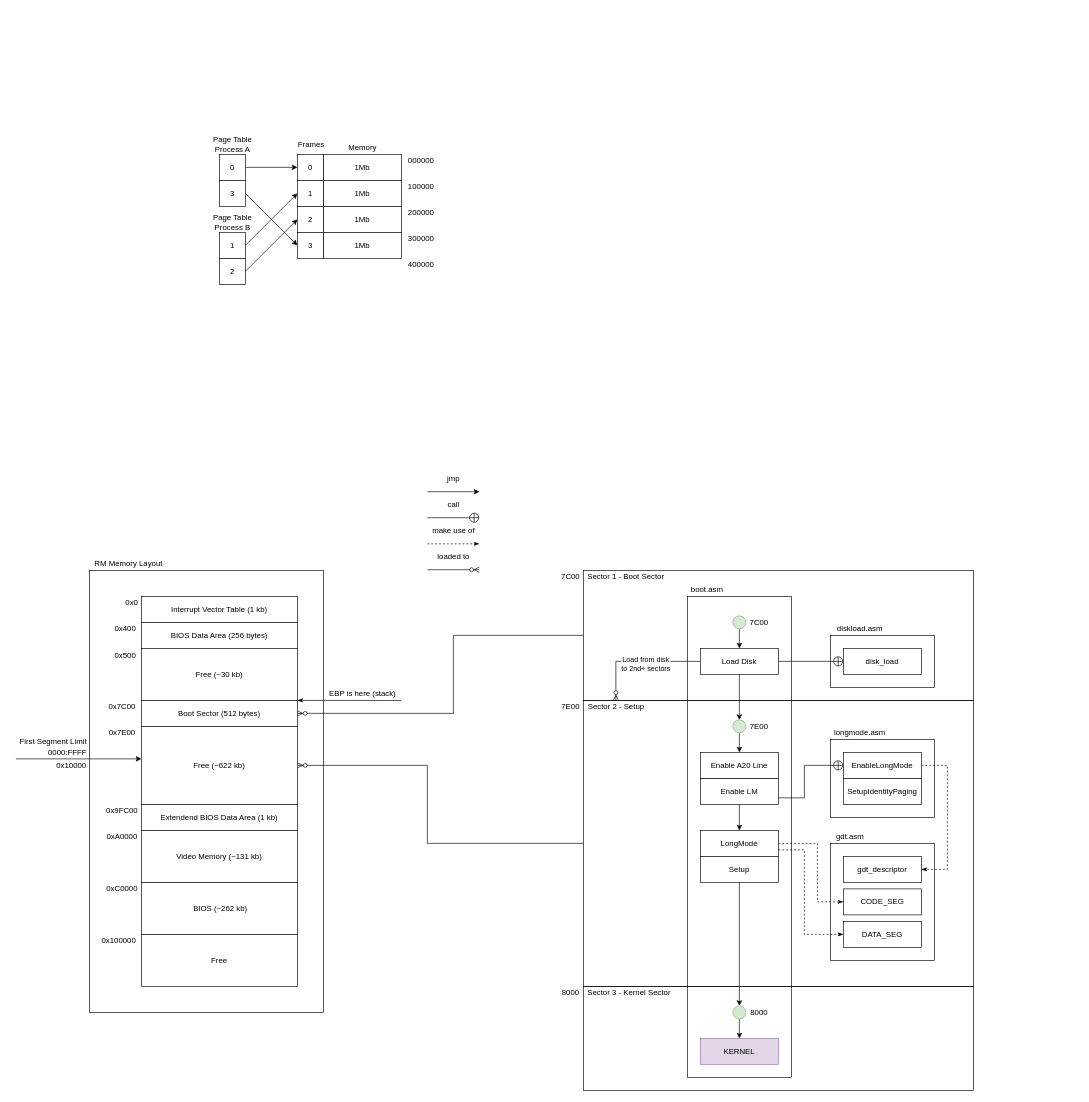
This is flow.drawio from ofabricio/os, a draw.io file, before an edit. Source tidied: cells renumbered, new cells numbered last; positions are measured from the earlier drawing's top-left corner, leaving out a move shared by most shapes. Both pictures are drawn from the tidied source at 65%, with x=0, y=0 at pixel (16, 135).
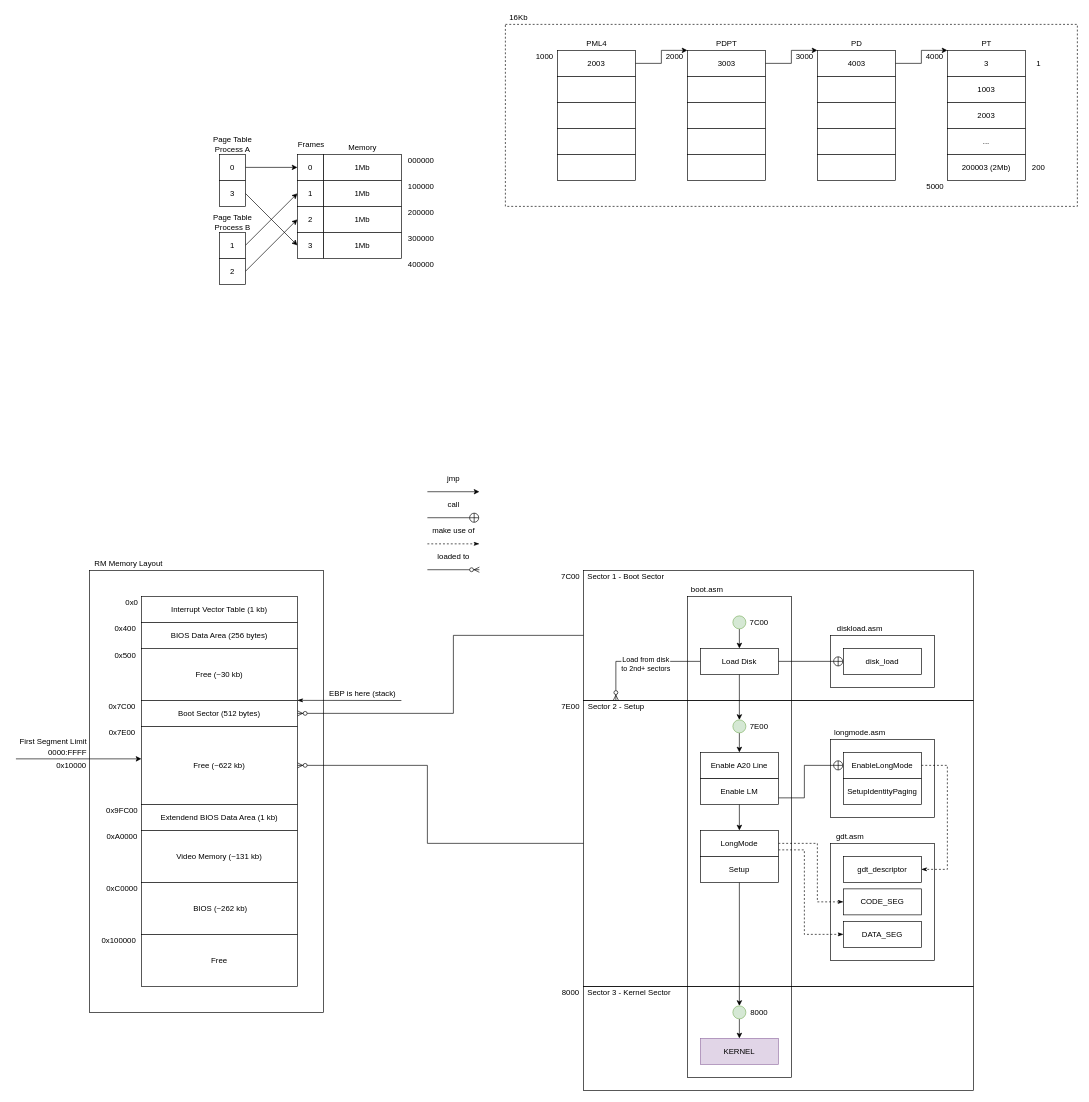
The same diagram, later.

Commit message:
Add paging graphic

Diff of the diagram source:
```diff
@@
+    <mxCell id="113" style="whiteSpace=wrap;html=1;fillColor=none;dashed=1;" parent="1" vertex="1">
+      <mxGeometry x="753" y="-170" width="880" height="280" as="geometry" />
+    </mxCell>
@@
+    <mxCell id="114" style="edgeStyle=orthogonalEdgeStyle;rounded=0;jettySize=auto;html=1;exitX=1;exitY=0.5;exitDx=0;exitDy=0;entryX=0;entryY=0;entryDx=0;entryDy=0;" parent="1" edge="1" source="115" target="121">
+      <mxGeometry relative="1" as="geometry">
+        <Array as="points">
+          <mxPoint x="993" y="-110" />
+          <mxPoint x="993" y="-130" />
+        </Array>
+      </mxGeometry>
+    </mxCell>
+    <mxCell id="115" value="2003" style="whiteSpace=wrap;html=1;" parent="1" vertex="1">
+      <mxGeometry x="833" y="-130" width="120" height="40" as="geometry" />
+    </mxCell>
+    <mxCell id="116" style="whiteSpace=wrap;html=1;" parent="1" vertex="1">
+      <mxGeometry x="833" y="-90" width="120" height="40" as="geometry" />
+    </mxCell>
+    <mxCell id="117" style="whiteSpace=wrap;html=1;" parent="1" vertex="1">
+      <mxGeometry x="833" y="-50" width="120" height="40" as="geometry" />
+    </mxCell>
+    <mxCell id="118" style="whiteSpace=wrap;html=1;" parent="1" vertex="1">
+      <mxGeometry x="833" y="-10" width="120" height="40" as="geometry" />
+    </mxCell>
+    <mxCell id="119" value="PML4" style="text;html=1;align=center;verticalAlign=middle;" parent="1" vertex="1">
+      <mxGeometry x="868" y="-150" width="50" height="20" as="geometry" />
+    </mxCell>
+    <mxCell id="120" style="edgeStyle=orthogonalEdgeStyle;rounded=0;jettySize=auto;html=1;exitX=1;exitY=0.5;exitDx=0;exitDy=0;entryX=0;entryY=0;entryDx=0;entryDy=0;" parent="1" edge="1" source="121" target="127">
+      <mxGeometry relative="1" as="geometry">
+        <Array as="points">
+          <mxPoint x="1193" y="-110" />
+          <mxPoint x="1193" y="-130" />
+        </Array>
+      </mxGeometry>
+    </mxCell>
+    <mxCell id="121" style="whiteSpace=wrap;html=1;" parent="1" vertex="1">
+      <mxGeometry x="1033" y="-130" width="120" height="40" as="geometry" />
+    </mxCell>
+    <mxCell id="122" style="whiteSpace=wrap;html=1;" parent="1" vertex="1">
+      <mxGeometry x="1033" y="-90" width="120" height="40" as="geometry" />
+    </mxCell>
+    <mxCell id="123" style="whiteSpace=wrap;html=1;" parent="1" vertex="1">
+      <mxGeometry x="1033" y="-50" width="120" height="40" as="geometry" />
+    </mxCell>
+    <mxCell id="124" style="whiteSpace=wrap;html=1;" parent="1" vertex="1">
+      <mxGeometry x="1033" y="-10" width="120" height="40" as="geometry" />
+    </mxCell>
+    <mxCell id="125" value="PDPT" style="text;html=1;align=center;verticalAlign=middle;" parent="1" vertex="1">
+      <mxGeometry x="1068" y="-150" width="50" height="20" as="geometry" />
+    </mxCell>
+    <mxCell id="126" style="edgeStyle=orthogonalEdgeStyle;rounded=0;jettySize=auto;html=1;exitX=1;exitY=0.5;exitDx=0;exitDy=0;entryX=0;entryY=0;entryDx=0;entryDy=0;" parent="1" edge="1" source="127" target="132">
+      <mxGeometry relative="1" as="geometry">
+        <Array as="points">
+          <mxPoint x="1393" y="-110" />
+          <mxPoint x="1393" y="-130" />
+        </Array>
+      </mxGeometry>
+    </mxCell>
+    <mxCell id="127" style="whiteSpace=wrap;html=1;" parent="1" vertex="1">
+      <mxGeometry x="1233" y="-130" width="120" height="40" as="geometry" />
+    </mxCell>
+    <mxCell id="128" style="whiteSpace=wrap;html=1;" parent="1" vertex="1">
+      <mxGeometry x="1233" y="-90" width="120" height="40" as="geometry" />
+    </mxCell>
+    <mxCell id="129" style="whiteSpace=wrap;html=1;" parent="1" vertex="1">
+      <mxGeometry x="1233" y="-50" width="120" height="40" as="geometry" />
+    </mxCell>
+    <mxCell id="130" style="whiteSpace=wrap;html=1;" parent="1" vertex="1">
+      <mxGeometry x="1233" y="-10" width="120" height="40" as="geometry" />
+    </mxCell>
+    <mxCell id="131" value="PD" style="text;html=1;align=center;verticalAlign=middle;" parent="1" vertex="1">
+      <mxGeometry x="1278" y="-150" width="30" height="20" as="geometry" />
+    </mxCell>
+    <mxCell id="132" value="3" style="whiteSpace=wrap;html=1;" parent="1" vertex="1">
+      <mxGeometry x="1433" y="-130" width="120" height="40" as="geometry" />
+    </mxCell>
+    <mxCell id="133" value="1003" style="whiteSpace=wrap;html=1;" parent="1" vertex="1">
+      <mxGeometry x="1433" y="-90" width="120" height="40" as="geometry" />
+    </mxCell>
+    <mxCell id="134" value="2003" style="whiteSpace=wrap;html=1;" parent="1" vertex="1">
+      <mxGeometry x="1433" y="-50" width="120" height="40" as="geometry" />
+    </mxCell>
+    <mxCell id="135" value="..." style="whiteSpace=wrap;html=1;" parent="1" vertex="1">
+      <mxGeometry x="1433" y="-10" width="120" height="40" as="geometry" />
+    </mxCell>
+    <mxCell id="136" value="PT" style="text;html=1;align=center;verticalAlign=middle;" parent="1" vertex="1">
+      <mxGeometry x="1478" y="-150" width="30" height="20" as="geometry" />
+    </mxCell>
+    <mxCell id="137" value="1000" style="text;html=1;align=center;verticalAlign=middle;" parent="1" vertex="1">
+      <mxGeometry x="793" y="-130" width="40" height="20" as="geometry" />
+    </mxCell>
+    <mxCell id="138" value="4000" style="text;html=1;align=center;verticalAlign=middle;" parent="1" vertex="1">
+      <mxGeometry x="1393" y="-130" width="40" height="20" as="geometry" />
+    </mxCell>
+    <mxCell id="139" value="2000" style="text;html=1;align=center;verticalAlign=middle;" parent="1" vertex="1">
+      <mxGeometry x="993" y="-130" width="40" height="20" as="geometry" />
+    </mxCell>
+    <mxCell id="140" value="3000" style="text;html=1;align=center;verticalAlign=middle;" parent="1" vertex="1">
+      <mxGeometry x="1193" y="-130" width="40" height="20" as="geometry" />
+    </mxCell>
+    <mxCell id="141" value="3003" style="text;html=1;align=center;verticalAlign=middle;" parent="1" vertex="1">
+      <mxGeometry x="1073" y="-120" width="40" height="20" as="geometry" />
+    </mxCell>
+    <mxCell id="142" value="4003" style="text;html=1;align=center;verticalAlign=middle;" parent="1" vertex="1">
+      <mxGeometry x="1273" y="-120" width="40" height="20" as="geometry" />
+    </mxCell>
+    <mxCell id="143" value="200003 (2Mb)" style="whiteSpace=wrap;html=1;" parent="1" vertex="1">
+      <mxGeometry x="1433" y="30" width="120" height="40" as="geometry" />
+    </mxCell>
+    <mxCell id="144" value="200" style="text;html=1;align=center;verticalAlign=middle;" parent="1" vertex="1">
+      <mxGeometry x="1553" y="40" width="40" height="20" as="geometry" />
+    </mxCell>
+    <mxCell id="145" value="1" style="text;html=1;align=center;verticalAlign=middle;" parent="1" vertex="1">
+      <mxGeometry x="1563" y="-120" width="20" height="20" as="geometry" />
+    </mxCell>
+    <mxCell id="146" style="whiteSpace=wrap;html=1;" parent="1" vertex="1">
+      <mxGeometry x="1233" y="30" width="120" height="40" as="geometry" />
+    </mxCell>
+    <mxCell id="147" style="whiteSpace=wrap;html=1;" parent="1" vertex="1">
+      <mxGeometry x="1033" y="30" width="120" height="40" as="geometry" />
+    </mxCell>
+    <mxCell id="148" style="whiteSpace=wrap;html=1;" parent="1" vertex="1">
+      <mxGeometry x="833" y="30" width="120" height="40" as="geometry" />
+    </mxCell>
+    <mxCell id="149" value="5000" style="text;html=1;align=center;verticalAlign=middle;" parent="1" vertex="1">
+      <mxGeometry x="1395" y="71" width="37" height="18" as="geometry" />
+    </mxCell>
+    <mxCell id="150" value="16Kb" style="text;html=1;align=center;verticalAlign=middle;" parent="1" vertex="1">
+      <mxGeometry x="753" y="-190" width="40" height="20" as="geometry" />
+    </mxCell>
```
